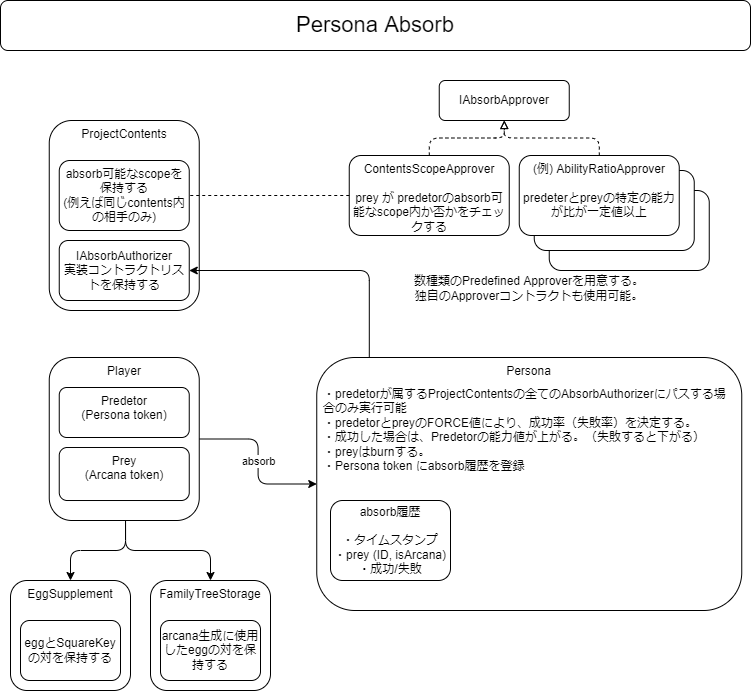
Above: source/img/PERSONA/personaAbsorb.png in Orange-Code-Project/anicana-docs (draw.io), before the change. Source tidied: cells renumbered, new cells last; positions are measured from the earlier drawing's top-left corner, leaving out a move shared by most shapes. Its diagram source:
```xml
<mxGraphModel>
  <root>
    <mxCell id="0" />
    <mxCell id="1" parent="0" />
    <mxCell id="2" style="rounded=1;whiteSpace=wrap;html=1;verticalAlign=top;" parent="1" vertex="1">
      <mxGeometry x="548.8" y="190" width="160" height="80" as="geometry" />
    </mxCell>
    <mxCell id="3" style="rounded=1;whiteSpace=wrap;html=1;verticalAlign=top;" parent="1" vertex="1">
      <mxGeometry x="533.8" y="170" width="160" height="80" as="geometry" />
    </mxCell>
    <mxCell id="4" value="absorb" style="edgeStyle=orthogonalEdgeStyle;html=1;entryX=0;entryY=0.5;entryDx=0;entryDy=0;endArrow=classic;endFill=1;" parent="1" edge="1" source="5" target="9">
      <mxGeometry relative="1" as="geometry" />
    </mxCell>
    <mxCell id="5" value="Player" style="rounded=1;whiteSpace=wrap;html=1;verticalAlign=top;" parent="1" vertex="1">
      <mxGeometry x="48.8" y="357" width="150" height="163" as="geometry" />
    </mxCell>
    <mxCell id="6" style="group;" parent="1" vertex="1">
      <mxGeometry x="10" y="580" width="120" height="110" as="geometry" />
    </mxCell>
    <mxCell id="7" value="EggSupplement" style="rounded=1;whiteSpace=wrap;html=1;verticalAlign=top;" parent="6" vertex="1">
      <mxGeometry width="120" height="110" as="geometry" />
    </mxCell>
    <mxCell id="8" value="eggとSquareKeyの対を保持する" style="rounded=1;whiteSpace=wrap;html=1;" parent="6" vertex="1">
      <mxGeometry x="10" y="40" width="100" height="60" as="geometry" />
    </mxCell>
    <mxCell id="9" value="Persona" style="rounded=1;whiteSpace=wrap;html=1;verticalAlign=top;" parent="1" vertex="1">
      <mxGeometry x="316.2" y="357" width="425" height="253" as="geometry" />
    </mxCell>
    <mxCell id="10" value="Predetor&lt;br&gt;(Persona token)" style="rounded=1;whiteSpace=wrap;html=1;verticalAlign=top;" parent="1" vertex="1">
      <mxGeometry x="58.8" y="387" width="130" height="50" as="geometry" />
    </mxCell>
    <mxCell id="11" value="Prey&lt;br&gt;(Arcana token)" style="rounded=1;whiteSpace=wrap;html=1;verticalAlign=top;" parent="1" vertex="1">
      <mxGeometry x="58.8" y="447" width="130" height="53" as="geometry" />
    </mxCell>
    <mxCell id="12" value="IAbsorbApprover" style="rounded=1;whiteSpace=wrap;html=1;" parent="1" vertex="1">
      <mxGeometry x="438.8" y="80" width="130" height="40" as="geometry" />
    </mxCell>
    <mxCell id="13" style="edgeStyle=orthogonalEdgeStyle;html=1;entryX=0.5;entryY=1;entryDx=0;entryDy=0;dashed=1;endArrow=block;endFill=0;" parent="1" edge="1" source="14" target="12">
      <mxGeometry relative="1" as="geometry" />
    </mxCell>
    <mxCell id="14" value="ContentsScopeApprover&lt;br&gt;&lt;br&gt;prey が predetorのabsorb可能なscope内か否かをチェックする" style="rounded=1;whiteSpace=wrap;html=1;verticalAlign=top;" parent="1" vertex="1">
      <mxGeometry x="348.8" y="155" width="160" height="80" as="geometry" />
    </mxCell>
    <mxCell id="15" style="group;" parent="1" vertex="1">
      <mxGeometry x="48.8" y="120" width="150" height="190" as="geometry" />
    </mxCell>
    <mxCell id="16" value="ProjectContents" style="rounded=1;whiteSpace=wrap;html=1;verticalAlign=top;" parent="15" vertex="1">
      <mxGeometry width="150" height="190" as="geometry" />
    </mxCell>
    <mxCell id="17" value="absorb可能なscopeを保持する&lt;br&gt;(例えば同じcontents内の相手のみ)" style="rounded=1;whiteSpace=wrap;html=1;" parent="15" vertex="1">
      <mxGeometry x="10" y="40" width="130" height="70" as="geometry" />
    </mxCell>
    <mxCell id="18" value="IAbsorbAuthorizer&lt;br&gt;実装コントラクトリストを保持する" style="rounded=1;whiteSpace=wrap;html=1;" parent="15" vertex="1">
      <mxGeometry x="10" y="120" width="130" height="60" as="geometry" />
    </mxCell>
    <mxCell id="19" style="edgeStyle=orthogonalEdgeStyle;html=1;dashed=1;endArrow=block;endFill=0;" parent="1" edge="1" source="20" target="12">
      <mxGeometry relative="1" as="geometry" />
    </mxCell>
    <mxCell id="20" value="(例) AbilityRatioApprover&lt;br&gt;&lt;br&gt;predeterとpreyの特定の能力が比が一定値以上" style="rounded=1;whiteSpace=wrap;html=1;verticalAlign=top;" parent="1" vertex="1">
      <mxGeometry x="518.8" y="155" width="160" height="80" as="geometry" />
    </mxCell>
    <mxCell id="21" style="group;" parent="1" vertex="1">
      <mxGeometry x="150" y="580" width="120" height="110" as="geometry" />
    </mxCell>
    <mxCell id="22" value="FamilyTreeStorage" style="rounded=1;whiteSpace=wrap;html=1;verticalAlign=top;" parent="21" vertex="1">
      <mxGeometry width="120" height="110" as="geometry" />
    </mxCell>
    <mxCell id="23" value="arcana生成に使用したeggの対を保持する" style="rounded=1;whiteSpace=wrap;html=1;" parent="21" vertex="1">
      <mxGeometry x="10" y="40" width="100" height="60" as="geometry" />
    </mxCell>
    <mxCell id="24" style="edgeStyle=orthogonalEdgeStyle;html=1;exitX=0.5;exitY=1;exitDx=0;exitDy=0;entryX=0.5;entryY=0;entryDx=0;entryDy=0;endArrow=classic;endFill=1;" parent="1" edge="1" target="7">
      <mxGeometry relative="1" as="geometry">
        <mxPoint x="125" y="520" as="sourcePoint" />
      </mxGeometry>
    </mxCell>
    <mxCell id="25" style="edgeStyle=orthogonalEdgeStyle;html=1;entryX=0.5;entryY=0;entryDx=0;entryDy=0;endArrow=classic;endFill=1;" parent="1" edge="1" target="22">
      <mxGeometry relative="1" as="geometry">
        <mxPoint x="125" y="520" as="sourcePoint" />
        <Array as="points">
          <mxPoint x="125" y="550" />
          <mxPoint x="210" y="550" />
        </Array>
      </mxGeometry>
    </mxCell>
    <mxCell id="26" value="・predetorが属するProjectContentsの全てのAbsorbAuthorizerにパスする場合のみ実行可能&lt;br&gt;・predetorとpreyのFORCE値により、成功率（失敗率）を決定する。&lt;br&gt;・成功した場合は、Predetorの能力値が上がる。（失敗すると下がる）&lt;br&gt;・preyはburnする。&lt;br&gt;・Persona token にabsorb履歴を登録" style="text;html=1;strokeColor=none;fillColor=none;align=left;verticalAlign=top;whiteSpace=wrap;rounded=0;" parent="1" vertex="1">
      <mxGeometry x="321.2" y="380" width="415" height="113" as="geometry" />
    </mxCell>
    <mxCell id="27" value="数種類のPredefined Approverを用意する。&lt;br&gt;独自のApproverコントラクトも使用可能。" style="text;html=1;strokeColor=none;fillColor=none;align=center;verticalAlign=middle;whiteSpace=wrap;rounded=0;" parent="1" vertex="1">
      <mxGeometry x="348.8" y="273" width="360" height="30" as="geometry" />
    </mxCell>
    <mxCell id="28" style="edgeStyle=orthogonalEdgeStyle;html=1;entryX=1;entryY=0.5;entryDx=0;entryDy=0;endArrow=classic;endFill=1;" parent="1" edge="1" source="9" target="18">
      <mxGeometry relative="1" as="geometry">
        <Array as="points">
          <mxPoint x="368.8" y="270" />
        </Array>
      </mxGeometry>
    </mxCell>
    <mxCell id="29" style="edgeStyle=orthogonalEdgeStyle;html=1;dashed=1;endArrow=none;endFill=0;" parent="1" edge="1" source="14">
      <mxGeometry relative="1" as="geometry">
        <mxPoint x="188.8" y="195" as="targetPoint" />
      </mxGeometry>
    </mxCell>
    <mxCell id="30" value="&lt;font style=&quot;font-size: 22px;&quot;&gt;Persona Absorb&lt;/font&gt;" style="rounded=1;whiteSpace=wrap;html=1;" parent="1" vertex="1">
      <mxGeometry width="750" height="50" as="geometry" />
    </mxCell>
    <mxCell id="31" value="absorb履歴&lt;br&gt;&lt;br&gt;・タイムスタンプ&lt;br&gt;・prey (ID, isArcana)&lt;br&gt;・成功/失敗" style="rounded=1;whiteSpace=wrap;html=1;fontSize=12;" parent="1" vertex="1">
      <mxGeometry x="330" y="500" width="120" height="80" as="geometry" />
    </mxCell>
  </root>
</mxGraphModel>
```
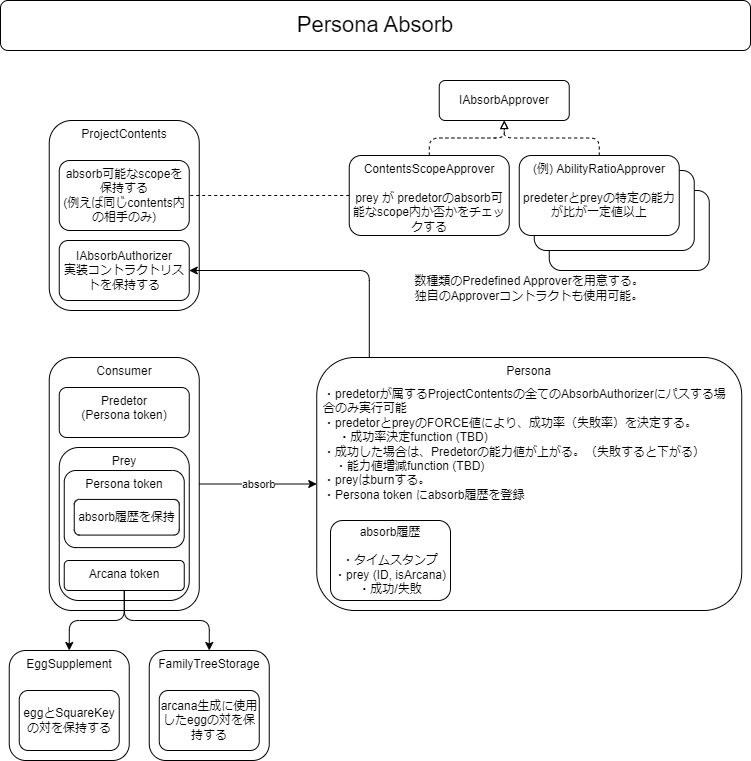
Above is the later version.

Change to the diagram source:
```diff
@@ -11,11 +11,11 @@
     <mxCell id="4" value="absorb" style="edgeStyle=orthogonalEdgeStyle;html=1;entryX=0;entryY=0.5;entryDx=0;entryDy=0;endArrow=classic;endFill=1;" parent="1" edge="1" source="5" target="9">
       <mxGeometry relative="1" as="geometry" />
     </mxCell>
-    <mxCell id="5" value="Player" style="rounded=1;whiteSpace=wrap;html=1;verticalAlign=top;" parent="1" vertex="1">
-      <mxGeometry x="48.8" y="357" width="150" height="163" as="geometry" />
+    <mxCell id="5" value="Consumer" style="rounded=1;whiteSpace=wrap;html=1;verticalAlign=top;" parent="1" vertex="1">
+      <mxGeometry x="48.8" y="357" width="150" height="253" as="geometry" />
     </mxCell>
     <mxCell id="6" style="group;" parent="1" vertex="1">
-      <mxGeometry x="10" y="580" width="120" height="110" as="geometry" />
+      <mxGeometry x="8.8" y="650" width="120" height="110" as="geometry" />
     </mxCell>
     <mxCell id="7" value="EggSupplement" style="rounded=1;whiteSpace=wrap;html=1;verticalAlign=top;" parent="6" vertex="1">
       <mxGeometry width="120" height="110" as="geometry" />
@@ -29,8 +29,8 @@
     <mxCell id="10" value="Predetor&lt;br&gt;(Persona token)" style="rounded=1;whiteSpace=wrap;html=1;verticalAlign=top;" parent="1" vertex="1">
       <mxGeometry x="58.8" y="387" width="130" height="50" as="geometry" />
     </mxCell>
-    <mxCell id="11" value="Prey&lt;br&gt;(Arcana token)" style="rounded=1;whiteSpace=wrap;html=1;verticalAlign=top;" parent="1" vertex="1">
-      <mxGeometry x="58.8" y="447" width="130" height="53" as="geometry" />
+    <mxCell id="11" value="Prey" style="rounded=1;whiteSpace=wrap;html=1;verticalAlign=top;" parent="1" vertex="1">
+      <mxGeometry x="58.8" y="447" width="130" height="153" as="geometry" />
     </mxCell>
     <mxCell id="12" value="IAbsorbApprover" style="rounded=1;whiteSpace=wrap;html=1;" parent="1" vertex="1">
       <mxGeometry x="438.8" y="80" width="130" height="40" as="geometry" />
@@ -60,7 +60,7 @@
       <mxGeometry x="518.8" y="155" width="160" height="80" as="geometry" />
     </mxCell>
     <mxCell id="21" style="group;" parent="1" vertex="1">
-      <mxGeometry x="150" y="580" width="120" height="110" as="geometry" />
+      <mxGeometry x="148.8" y="650" width="120" height="110" as="geometry" />
     </mxCell>
     <mxCell id="22" value="FamilyTreeStorage" style="rounded=1;whiteSpace=wrap;html=1;verticalAlign=top;" parent="21" vertex="1">
       <mxGeometry width="120" height="110" as="geometry" />
@@ -68,21 +68,33 @@
     <mxCell id="23" value="arcana生成に使用したeggの対を保持する" style="rounded=1;whiteSpace=wrap;html=1;" parent="21" vertex="1">
       <mxGeometry x="10" y="40" width="100" height="60" as="geometry" />
     </mxCell>
+    <mxCell id="32" style="group;" parent="1" vertex="1">
+      <mxGeometry x="63.8" y="470" width="125" height="80" as="geometry" />
+    </mxCell>
+    <mxCell id="33" value="Persona token" style="rounded=1;whiteSpace=wrap;html=1;verticalAlign=top;" parent="32" vertex="1">
+      <mxGeometry width="120" height="77.1" as="geometry" />
+    </mxCell>
+    <mxCell id="34" value="absorb履歴を保持" style="rounded=1;whiteSpace=wrap;html=1;" parent="32" vertex="1">
+      <mxGeometry x="10" y="28.9" width="105" height="35.7" as="geometry" />
+    </mxCell>
+    <mxCell id="35" style="group;" parent="1" vertex="1">
+      <mxGeometry x="63.8" y="560" width="120" height="30" as="geometry" />
+    </mxCell>
+    <mxCell id="36" value="Arcana token" style="rounded=1;whiteSpace=wrap;html=1;verticalAlign=top;" parent="35" vertex="1">
+      <mxGeometry width="120" height="30" as="geometry" />
+    </mxCell>
-    <mxCell id="24" style="edgeStyle=orthogonalEdgeStyle;html=1;exitX=0.5;exitY=1;exitDx=0;exitDy=0;entryX=0.5;entryY=0;entryDx=0;entryDy=0;endArrow=classic;endFill=1;" parent="1" edge="1" target="7">
-      <mxGeometry relative="1" as="geometry">
-        <mxPoint x="125" y="520" as="sourcePoint" />
-      </mxGeometry>
+    <mxCell id="24" style="edgeStyle=orthogonalEdgeStyle;html=1;exitX=0.5;exitY=1;exitDx=0;exitDy=0;entryX=0.5;entryY=0;entryDx=0;entryDy=0;endArrow=classic;endFill=1;" parent="1" edge="1" source="36" target="7">
+      <mxGeometry relative="1" as="geometry" />
     </mxCell>
-    <mxCell id="25" style="edgeStyle=orthogonalEdgeStyle;html=1;entryX=0.5;entryY=0;entryDx=0;entryDy=0;endArrow=classic;endFill=1;" parent="1" edge="1" target="22">
+    <mxCell id="25" style="edgeStyle=orthogonalEdgeStyle;html=1;entryX=0.5;entryY=0;entryDx=0;entryDy=0;endArrow=classic;endFill=1;" parent="1" edge="1" source="36" target="22">
       <mxGeometry relative="1" as="geometry">
-        <mxPoint x="125" y="520" as="sourcePoint" />
         <Array as="points">
-          <mxPoint x="125" y="550" />
-          <mxPoint x="210" y="550" />
+          <mxPoint x="123.8" y="620" />
+          <mxPoint x="208.8" y="620" />
         </Array>
       </mxGeometry>
     </mxCell>
-    <mxCell id="26" value="・predetorが属するProjectContentsの全てのAbsorbAuthorizerにパスする場合のみ実行可能&lt;br&gt;・predetorとpreyのFORCE値により、成功率（失敗率）を決定する。&lt;br&gt;・成功した場合は、Predetorの能力値が上がる。（失敗すると下がる）&lt;br&gt;・preyはburnする。&lt;br&gt;・Persona token にabsorb履歴を登録" style="text;html=1;strokeColor=none;fillColor=none;align=left;verticalAlign=top;whiteSpace=wrap;rounded=0;" parent="1" vertex="1">
+    <mxCell id="26" value="・predetorが属するProjectContentsの全てのAbsorbAuthorizerにパスする場合のみ実行可能&lt;br&gt;・predetorとpreyのFORCE値により、成功率（失敗率）を決定する。&lt;br&gt;&amp;nbsp;　・成功率決定function (TBD)&lt;br&gt;・成功した場合は、Predetorの能力値が上がる。（失敗すると下がる）&lt;br&gt;　・能力値増減function (TBD)&lt;br&gt;・preyはburnする。&lt;br&gt;・Persona token にabsorb履歴を登録" style="text;html=1;strokeColor=none;fillColor=none;align=left;verticalAlign=top;whiteSpace=wrap;rounded=0;" parent="1" vertex="1">
       <mxGeometry x="321.2" y="380" width="415" height="113" as="geometry" />
     </mxCell>
     <mxCell id="27" value="数種類のPredefined Approverを用意する。&lt;br&gt;独自のApproverコントラクトも使用可能。" style="text;html=1;strokeColor=none;fillColor=none;align=center;verticalAlign=middle;whiteSpace=wrap;rounded=0;" parent="1" vertex="1">
@@ -104,7 +116,7 @@
       <mxGeometry width="750" height="50" as="geometry" />
     </mxCell>
     <mxCell id="31" value="absorb履歴&lt;br&gt;&lt;br&gt;・タイムスタンプ&lt;br&gt;・prey (ID, isArcana)&lt;br&gt;・成功/失敗" style="rounded=1;whiteSpace=wrap;html=1;fontSize=12;" parent="1" vertex="1">
-      <mxGeometry x="330" y="500" width="120" height="80" as="geometry" />
+      <mxGeometry x="330" y="520" width="120" height="80" as="geometry" />
     </mxCell>
   </root>
 </mxGraphModel>
```
